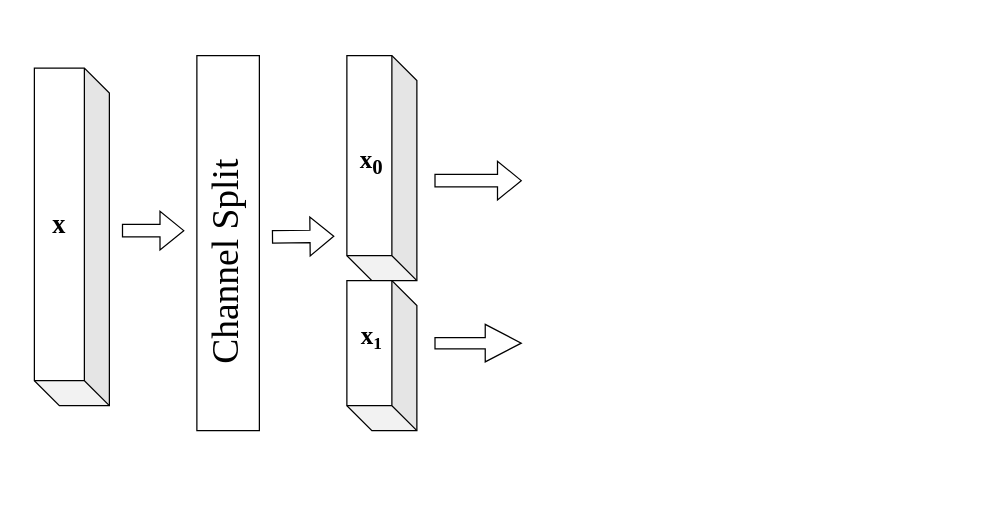
Before: 双域特征混合.drawio in gao131/nlp-beginner, a draw.io diagram. Source tidied: cells renumbered, new cells numbered last; positions are measured from the earlier drawing's top-left corner, leaving out a move shared by most shapes. Both pictures are drawn from the tidied source at 125%, with x=0, y=0 at pixel (-16, 55).
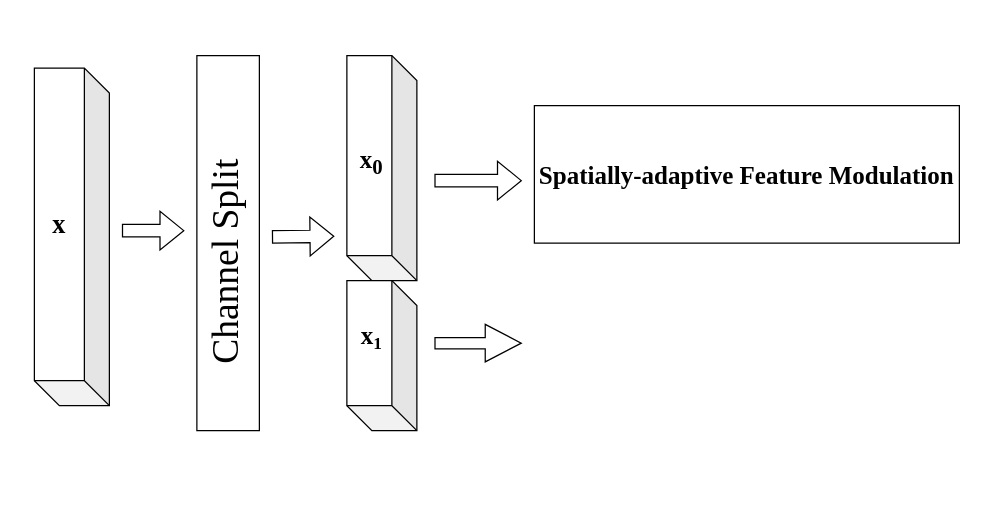
The same page after the edit.

Commit message (it also covers changes not shown here):
更新双域特征混合.drawio

Diff of the diagram source:
```diff
@@
 <mxGraphModel>
   <root>
     <mxCell id="0" />
     <mxCell id="1" parent="0" />
     <mxCell id="2" style="shape=flexArrow;endArrow=classic;html=1;rounded=0;exitX=1;exitY=0.5;exitDx=0;exitDy=0;" parent="1" edge="1">
       <mxGeometry relative="1" as="geometry">
         <mxPoint x="110" y="140" as="sourcePoint" />
         <mxPoint x="160" y="140" as="targetPoint" />
       </mxGeometry>
     </mxCell>
     <mxCell id="3" style="shape=cube;whiteSpace=wrap;html=1;boundedLbl=1;backgroundOutline=1;darkOpacity=0.05;darkOpacity2=0.1;rotation=-180;" parent="1" vertex="1">
       <mxGeometry x="40" y="10" width="60" height="270" as="geometry" />
     </mxCell>
     <mxCell id="4" value="&lt;font style=&quot;font-size: 21px;&quot; face=&quot;Times New Roman&quot;&gt;&lt;b&gt;x&lt;/b&gt;&lt;/font&gt;" style="text;html=1;align=center;verticalAlign=middle;whiteSpace=wrap;rounded=0;" parent="1" vertex="1">
       <mxGeometry x="30" y="120" width="60" height="30" as="geometry" />
     </mxCell>
     <mxCell id="5" style="rounded=0;whiteSpace=wrap;html=1;" parent="1" vertex="1">
       <mxGeometry x="170" width="50" height="300" as="geometry" />
     </mxCell>
     <mxCell id="6" value="&lt;font style=&quot;font-size: 30px;&quot; face=&quot;Times New Roman&quot;&gt;Channel Split&lt;/font&gt;" style="text;html=1;align=center;verticalAlign=middle;whiteSpace=wrap;rounded=0;rotation=-90;" parent="1" vertex="1">
       <mxGeometry y="130" width="385" height="70" as="geometry" />
     </mxCell>
     <mxCell id="7" style="shape=cube;whiteSpace=wrap;html=1;boundedLbl=1;backgroundOutline=1;darkOpacity=0.05;darkOpacity2=0.1;rotation=-180;" parent="1" vertex="1">
       <mxGeometry x="290" width="56" height="180" as="geometry" />
     </mxCell>
     <mxCell id="8" style="shape=cube;whiteSpace=wrap;html=1;boundedLbl=1;backgroundOutline=1;darkOpacity=0.05;darkOpacity2=0.1;rotation=-180;" parent="1" vertex="1">
       <mxGeometry x="290" y="180" width="56" height="120" as="geometry" />
     </mxCell>
     <mxCell id="9" style="shape=flexArrow;endArrow=classic;html=1;rounded=0;" parent="1" edge="1">
       <mxGeometry relative="1" as="geometry">
         <mxPoint x="230" y="145" as="sourcePoint" />
         <mxPoint x="280" y="144.5" as="targetPoint" />
       </mxGeometry>
     </mxCell>
     <mxCell id="10" value="&lt;font style=&quot;font-size: 20px;&quot; face=&quot;Times New Roman&quot;&gt;&lt;b&gt;x&lt;sub style=&quot;&quot;&gt;0&lt;/sub&gt;&lt;/b&gt;&lt;/font&gt;" style="text;html=1;align=center;verticalAlign=middle;whiteSpace=wrap;rounded=0;" parent="1" vertex="1">
       <mxGeometry x="280" y="70" width="60" height="30" as="geometry" />
     </mxCell>
     <mxCell id="11" value="&lt;font style=&quot;&quot; face=&quot;Times New Roman&quot;&gt;&lt;b style=&quot;&quot;&gt;&lt;span style=&quot;font-size: 20px;&quot;&gt;x&lt;/span&gt;&lt;span style=&quot;font-size: 16.6667px;&quot;&gt;&lt;sub&gt;1&lt;/sub&gt;&lt;/span&gt;&lt;/b&gt;&lt;/font&gt;" style="text;html=1;align=center;verticalAlign=middle;whiteSpace=wrap;rounded=0;" parent="1" vertex="1">
       <mxGeometry x="280" y="210" width="60" height="30" as="geometry" />
     </mxCell>
     <mxCell id="12" style="shape=flexArrow;endArrow=classic;html=1;rounded=0;" parent="1" edge="1">
       <mxGeometry relative="1" as="geometry">
         <mxPoint x="360" y="100" as="sourcePoint" />
         <mxPoint x="430" y="100" as="targetPoint" />
       </mxGeometry>
     </mxCell>
     <mxCell id="13" style="shape=flexArrow;endArrow=classic;html=1;rounded=0;width=9;endSize=9.27;" parent="1" edge="1">
       <mxGeometry relative="1" as="geometry">
         <mxPoint x="360" y="230" as="sourcePoint" />
         <mxPoint x="430" y="230" as="targetPoint" />
       </mxGeometry>
     </mxCell>
+    <mxCell id="14" style="rounded=0;whiteSpace=wrap;html=1;" parent="1" vertex="1">
+      <mxGeometry x="440" y="40" width="340" height="110" as="geometry" />
+    </mxCell>
+    <mxCell id="15" value="&lt;font style=&quot;font-size: 20px;&quot; face=&quot;Times New Roman&quot;&gt;&lt;b&gt;Spatially-adaptive Feature Modulation&lt;/b&gt;&lt;/font&gt;" style="text;html=1;align=center;verticalAlign=middle;whiteSpace=wrap;rounded=0;" parent="1" vertex="1">
+      <mxGeometry x="440" y="80" width="340" height="30" as="geometry" />
+    </mxCell>
   </root>
 </mxGraphModel>
```
